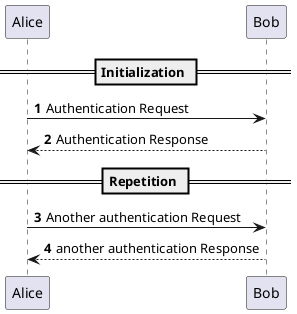
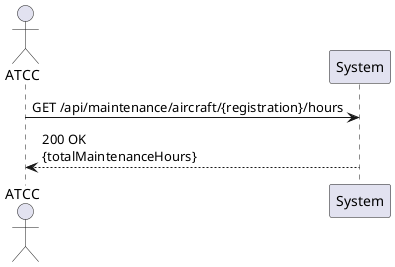
- @startuml
- 'https://plantuml.com/sequence-diagram
+ @startuml SSD_US117_ViewTotalMaintenanceHours

- autonumber
+ actor "ATCC" as USER
+ participant "System" as SYS

- == Initialization ==
+ USER -> SYS : GET /api/maintenance/aircraft/{registration}/hours
+ SYS --> USER : 200 OK\n{totalMaintenanceHours}

- Alice -> Bob: Authentication Request
- Bob --> Alice: Authentication Response
- 
- == Repetition ==
- 
- Alice -> Bob: Another authentication Request
- Alice <-- Bob: another authentication Response
- @enduml+ @enduml
